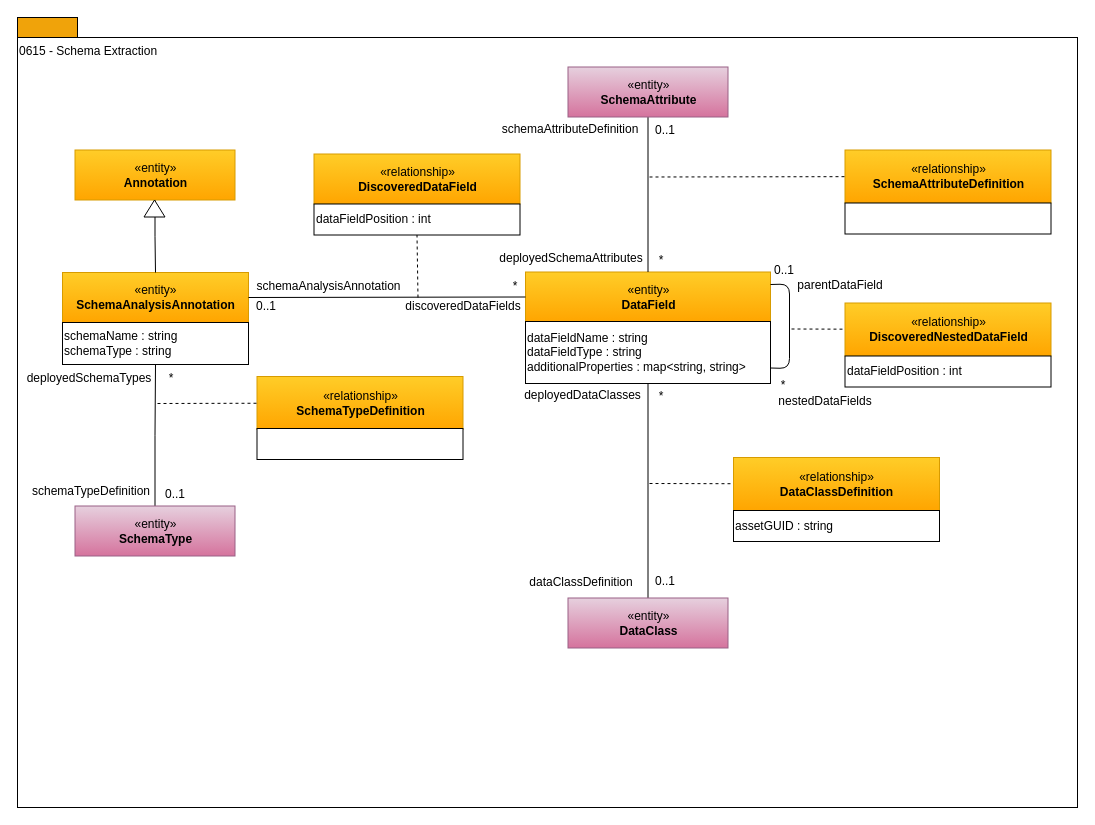
planetf1/egeria keeps this draw.io diagram as page "0615 - Schema Extraction" (8 of 17) of open-metadata-publication/website/open-metadata-types/area-6-discovery.drawio. Above is the earlier version. Source tidied: cells renumbered, new cells numbered last; positions are measured from the earlier drawing's top-left corner, leaving out a move shared by most shapes. Both pictures are drawn from the tidied source at 100%, with x=0, y=0 at pixel (17, 17).
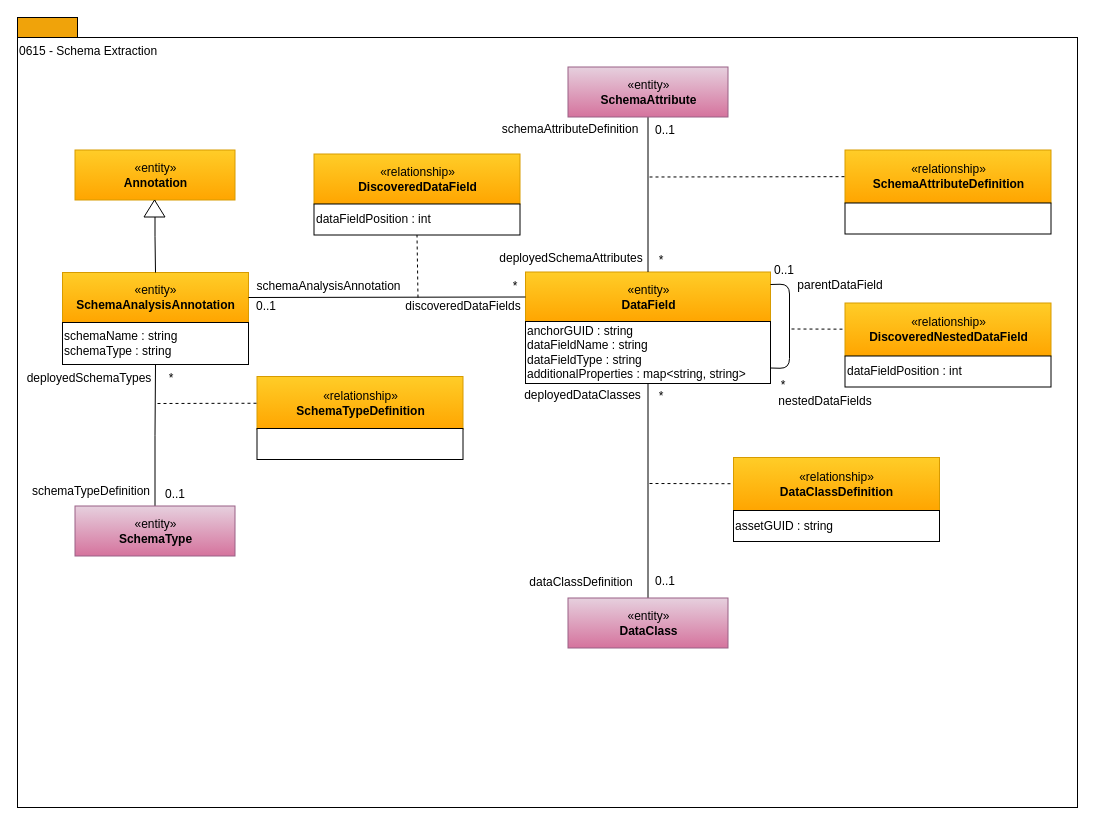
After the change.

Diff of the diagram source:
```diff
@@
-    <mxCell id="26" value="dataFieldName : string&lt;br&gt;dataFieldType : string&lt;br&gt;additionalProperties : map&amp;lt;string, string&amp;gt;&lt;br&gt;" style="rounded=0;whiteSpace=wrap;html=1;strokeColor=#000000;gradientColor=#ffffff;align=left;" parent="1" vertex="1">
+    <mxCell id="26" value="anchorGUID : string&lt;br&gt;dataFieldName : string&lt;br&gt;dataFieldType : string&lt;br&gt;additionalProperties : map&amp;lt;string, string&amp;gt;&lt;br&gt;" style="rounded=0;whiteSpace=wrap;html=1;strokeColor=#000000;gradientColor=#ffffff;align=left;" parent="1" vertex="1">
       <mxGeometry x="508" y="304" width="245" height="62" as="geometry" />
     </mxCell>
```
